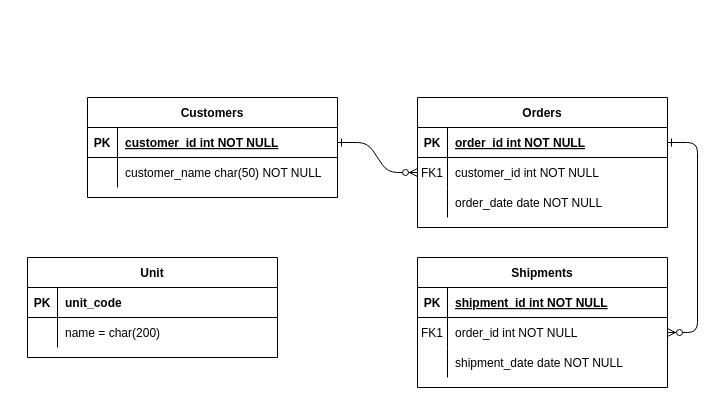
illegalbyte/uniplan keeps this draw.io diagram as schema.drawio. Above is the earlier version. Source tidied: cells renumbered, new cells numbered last; positions are measured from the earlier drawing's top-left corner, leaving out a move shared by most shapes. Both pictures are drawn from the tidied source at 100%, with x=0, y=0 at pixel (27, 97).
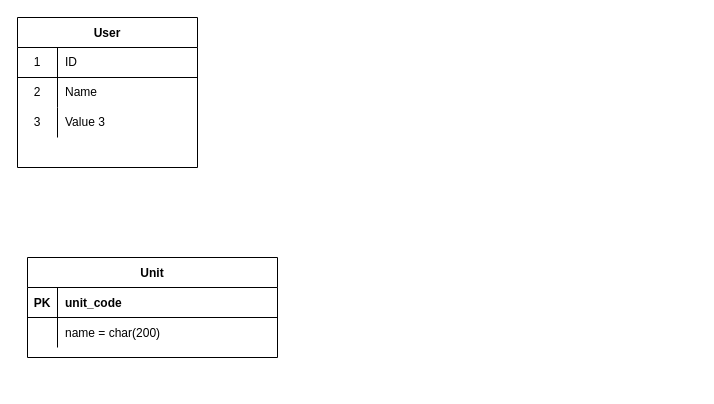
Above is the later version.

The edit, as a diff of the source:
```diff
@@
-    <mxCell id="2" style="edgeStyle=entityRelationEdgeStyle;endArrow=ERzeroToMany;startArrow=ERone;endFill=1;startFill=0;" parent="1" edge="1" source="25" target="8">
-      <mxGeometry relative="1" as="geometry" />
-    </mxCell>
-    <mxCell id="3" style="edgeStyle=entityRelationEdgeStyle;endArrow=ERzeroToMany;startArrow=ERone;endFill=1;startFill=0;" parent="1" edge="1" source="5" target="18">
-      <mxGeometry relative="1" as="geometry" />
-    </mxCell>
-    <mxCell id="4" value="Orders" style="shape=table;startSize=30;childLayout=tableLayout;rowLines=0;fontStyle=1;align=center;" parent="1" vertex="1">
-      <mxGeometry x="390" width="250" height="130" as="geometry" />
-    </mxCell>
-    <mxCell id="5" style="shape=partialRectangle;fillColor=none;points=[[0,0.5],[1,0.5]];portConstraint=eastwest;top=0;left=0;right=0;bottom=1;" parent="4" vertex="1">
-      <mxGeometry y="30" width="250" height="30" as="geometry" />
-    </mxCell>
-    <mxCell id="6" value="PK" style="shape=partialRectangle;overflow=hidden;fillColor=none;top=0;left=0;bottom=0;right=0;fontStyle=1;" parent="5" vertex="1">
-      <mxGeometry width="30" height="30" as="geometry" />
-    </mxCell>
-    <mxCell id="7" value="order_id int NOT NULL " style="shape=partialRectangle;overflow=hidden;fillColor=none;top=0;left=0;bottom=0;right=0;align=left;spacingLeft=6;fontStyle=5;" parent="5" vertex="1">
-      <mxGeometry x="30" width="220" height="30" as="geometry" />
-    </mxCell>
-    <mxCell id="8" style="shape=partialRectangle;fillColor=none;points=[[0,0.5],[1,0.5]];portConstraint=eastwest;top=0;left=0;right=0;bottom=0;" parent="4" vertex="1">
-      <mxGeometry y="60" width="250" height="30" as="geometry" />
-    </mxCell>
-    <mxCell id="9" value="FK1" style="shape=partialRectangle;overflow=hidden;fillColor=none;top=0;left=0;bottom=0;right=0;" parent="8" vertex="1">
-      <mxGeometry width="30" height="30" as="geometry" />
-    </mxCell>
-    <mxCell id="10" value="customer_id int NOT NULL" style="shape=partialRectangle;overflow=hidden;fillColor=none;top=0;left=0;bottom=0;right=0;align=left;spacingLeft=6;" parent="8" vertex="1">
-      <mxGeometry x="30" width="220" height="30" as="geometry" />
-    </mxCell>
-    <mxCell id="11" style="shape=partialRectangle;fillColor=none;top=0;left=0;right=0;bottom=0;" parent="4" vertex="1">
-      <mxGeometry y="90" width="250" height="30" as="geometry" />
-    </mxCell>
-    <mxCell id="12" style="shape=partialRectangle;overflow=hidden;fillColor=none;top=0;left=0;bottom=0;right=0;" parent="11" vertex="1">
-      <mxGeometry width="30" height="30" as="geometry" />
-    </mxCell>
-    <mxCell id="13" value="order_date date NOT NULL" style="shape=partialRectangle;overflow=hidden;fillColor=none;top=0;left=0;bottom=0;right=0;align=left;spacingLeft=6;" parent="11" vertex="1">
-      <mxGeometry x="30" width="220" height="30" as="geometry" />
-    </mxCell>
-    <mxCell id="14" value="Shipments" style="shape=table;startSize=30;childLayout=tableLayout;rowLines=0;fontStyle=1;align=center;" parent="1" vertex="1">
-      <mxGeometry x="390" y="160" width="250" height="130" as="geometry" />
-    </mxCell>
-    <mxCell id="15" style="shape=partialRectangle;fillColor=none;top=0;left=0;right=0;bottom=1;" parent="14" vertex="1">
-      <mxGeometry y="30" width="250" height="30" as="geometry" />
-    </mxCell>
-    <mxCell id="16" value="PK" style="shape=partialRectangle;overflow=hidden;fillColor=none;top=0;left=0;bottom=0;right=0;fontStyle=1;" parent="15" vertex="1">
-      <mxGeometry width="30" height="30" as="geometry" />
-    </mxCell>
-    <mxCell id="17" value="shipment_id int NOT NULL " style="shape=partialRectangle;overflow=hidden;fillColor=none;top=0;left=0;bottom=0;right=0;align=left;spacingLeft=6;fontStyle=5;" parent="15" vertex="1">
-      <mxGeometry x="30" width="220" height="30" as="geometry" />
-    </mxCell>
-    <mxCell id="18" style="shape=partialRectangle;fillColor=none;points=[[0,0.5],[1,0.5]];portConstraint=eastwest;top=0;left=0;right=0;bottom=0;" parent="14" vertex="1">
-      <mxGeometry y="60" width="250" height="30" as="geometry" />
-    </mxCell>
-    <mxCell id="19" value="FK1" style="shape=partialRectangle;overflow=hidden;fillColor=none;top=0;left=0;bottom=0;right=0;" parent="18" vertex="1">
-      <mxGeometry width="30" height="30" as="geometry" />
-    </mxCell>
-    <mxCell id="20" value="order_id int NOT NULL" style="shape=partialRectangle;overflow=hidden;fillColor=none;top=0;left=0;bottom=0;right=0;align=left;spacingLeft=6;" parent="18" vertex="1">
-      <mxGeometry x="30" width="220" height="30" as="geometry" />
-    </mxCell>
-    <mxCell id="21" style="shape=partialRectangle;fillColor=none;top=0;left=0;right=0;bottom=0;" parent="14" vertex="1">
-      <mxGeometry y="90" width="250" height="30" as="geometry" />
-    </mxCell>
-    <mxCell id="22" style="shape=partialRectangle;overflow=hidden;fillColor=none;top=0;left=0;bottom=0;right=0;" parent="21" vertex="1">
-      <mxGeometry width="30" height="30" as="geometry" />
-    </mxCell>
-    <mxCell id="23" value="shipment_date date NOT NULL" style="shape=partialRectangle;overflow=hidden;fillColor=none;top=0;left=0;bottom=0;right=0;align=left;spacingLeft=6;" parent="21" vertex="1">
-      <mxGeometry x="30" width="220" height="30" as="geometry" />
-    </mxCell>
-    <mxCell id="24" value="Customers" style="shape=table;startSize=30;childLayout=tableLayout;rowLines=0;fontStyle=1;align=center;" parent="1" vertex="1">
-      <mxGeometry x="60" width="250" height="100" as="geometry" />
-    </mxCell>
-    <mxCell id="25" style="shape=partialRectangle;fillColor=none;points=[[0,0.5],[1,0.5]];portConstraint=eastwest;top=0;left=0;right=0;bottom=1;" parent="24" vertex="1">
-      <mxGeometry y="30" width="250" height="30" as="geometry" />
-    </mxCell>
-    <mxCell id="26" value="PK" style="shape=partialRectangle;overflow=hidden;fillColor=none;top=0;left=0;bottom=0;right=0;fontStyle=1;" parent="25" vertex="1">
-      <mxGeometry width="30" height="30" as="geometry" />
-    </mxCell>
-    <mxCell id="27" value="customer_id int NOT NULL " style="shape=partialRectangle;overflow=hidden;fillColor=none;top=0;left=0;bottom=0;right=0;align=left;spacingLeft=6;fontStyle=5;" parent="25" vertex="1">
-      <mxGeometry x="30" width="220" height="30" as="geometry" />
-    </mxCell>
-    <mxCell id="28" style="shape=partialRectangle;fillColor=none;top=0;left=0;right=0;bottom=0;" parent="24" vertex="1">
-      <mxGeometry y="60" width="250" height="30" as="geometry" />
-    </mxCell>
-    <mxCell id="29" style="shape=partialRectangle;overflow=hidden;fillColor=none;top=0;left=0;bottom=0;right=0;" parent="28" vertex="1">
-      <mxGeometry width="30" height="30" as="geometry" />
-    </mxCell>
-    <mxCell id="30" value="customer_name char(50) NOT NULL" style="shape=partialRectangle;overflow=hidden;fillColor=none;top=0;left=0;bottom=0;right=0;align=left;spacingLeft=6;" parent="28" vertex="1">
-      <mxGeometry x="30" width="220" height="30" as="geometry" />
-    </mxCell>
@@
+    <mxCell id="38" value="User" style="shape=table;startSize=30;childLayout=tableLayout;rowLines=0;fontStyle=1;align=center;" parent="1" vertex="1">
+      <mxGeometry x="-10" y="-80" width="180" height="150" as="geometry" />
+    </mxCell>
+    <mxCell id="39" style="shape=partialRectangle;html=1;whiteSpace=wrap;fillColor=none;top=0;left=0;bottom=1;right=0;" parent="38" vertex="1">
+      <mxGeometry y="30" width="180" height="30" as="geometry" />
+    </mxCell>
+    <mxCell id="40" value="1" style="shape=partialRectangle;html=1;whiteSpace=wrap;fillColor=none;top=0;left=0;bottom=0;right=0;overflow=hidden;" parent="39" vertex="1">
+      <mxGeometry width="40" height="30" as="geometry" />
+    </mxCell>
+    <mxCell id="41" value="ID" style="shape=partialRectangle;html=1;whiteSpace=wrap;fillColor=none;top=0;left=0;bottom=0;right=0;align=left;spacingLeft=6;overflow=hidden;" parent="39" vertex="1">
+      <mxGeometry x="40" width="140" height="30" as="geometry" />
+    </mxCell>
+    <mxCell id="42" style="shape=partialRectangle;html=1;whiteSpace=wrap;fillColor=none;top=0;left=0;bottom=0;right=0;" parent="38" vertex="1">
+      <mxGeometry y="60" width="180" height="30" as="geometry" />
+    </mxCell>
+    <mxCell id="43" value="2" style="shape=partialRectangle;html=1;whiteSpace=wrap;fillColor=none;top=0;left=0;bottom=0;right=0;overflow=hidden;" parent="42" vertex="1">
+      <mxGeometry width="40" height="30" as="geometry" />
+    </mxCell>
+    <mxCell id="44" value="Name" style="shape=partialRectangle;html=1;whiteSpace=wrap;fillColor=none;top=0;left=0;bottom=0;right=0;align=left;spacingLeft=6;overflow=hidden;" parent="42" vertex="1">
+      <mxGeometry x="40" width="140" height="30" as="geometry" />
+    </mxCell>
+    <mxCell id="45" style="shape=partialRectangle;html=1;whiteSpace=wrap;fillColor=none;top=0;left=0;bottom=0;right=0;" parent="38" vertex="1">
+      <mxGeometry y="90" width="180" height="30" as="geometry" />
+    </mxCell>
+    <mxCell id="46" value="3" style="shape=partialRectangle;html=1;whiteSpace=wrap;fillColor=none;top=0;left=0;bottom=0;right=0;overflow=hidden;" parent="45" vertex="1">
+      <mxGeometry width="40" height="30" as="geometry" />
+    </mxCell>
+    <mxCell id="47" value="Value 3" style="shape=partialRectangle;html=1;whiteSpace=wrap;fillColor=none;top=0;left=0;bottom=0;right=0;align=left;spacingLeft=6;overflow=hidden;" parent="45" vertex="1">
+      <mxGeometry x="40" width="140" height="30" as="geometry" />
+    </mxCell>
```
